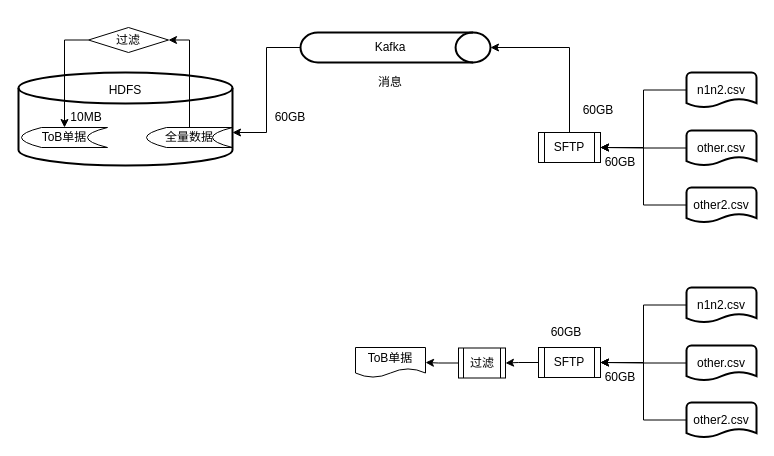
This is 未命名绘图.drawio from wzlichen/graph, a draw.io file, before an edit. Source tidied: cells renumbered, new cells numbered last; positions are measured from the earlier drawing's top-left corner, leaving out a move shared by most shapes. Both pictures are drawn from the tidied source at 100%, with x=0, y=0 at pixel (18, 27).
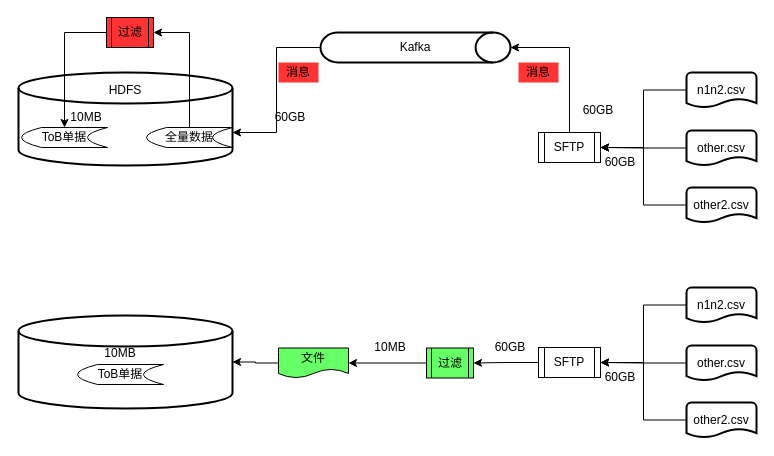
The same page after the edit.

Commit message:
更新未命名绘图.drawio

The edit, as a diff of the source:
```diff
@@
-    <mxCell id="3" style="strokeWidth=2;html=1;shape=mxgraph.flowchart.direct_data;whiteSpace=wrap;" parent="1" vertex="1">
-      <mxGeometry x="282" y="5" width="190" height="30" as="geometry" />
+    <mxCell id="3" value="Kafka" style="strokeWidth=2;html=1;shape=mxgraph.flowchart.direct_data;whiteSpace=wrap;" parent="1" vertex="1">
+      <mxGeometry x="302" y="5" width="190" height="30" as="geometry" />
     </mxCell>
@@
-    <mxCell id="5" value="Kafka" style="text;html=1;strokeColor=none;fillColor=none;align=center;verticalAlign=middle;whiteSpace=wrap;rounded=0;" parent="1" vertex="1">
-      <mxGeometry x="352" y="10" width="40" height="20" as="geometry" />
-    </mxCell>
@@
-    <mxCell id="18" value="过滤" style="rhombus;whiteSpace=wrap;html=1;" parent="1" vertex="1">
-      <mxGeometry x="70" width="80" height="25" as="geometry" />
-    </mxCell>
@@
     <mxCell id="33" value="60GB" style="text;html=1;strokeColor=none;fillColor=none;align=center;verticalAlign=middle;whiteSpace=wrap;rounded=0;" parent="1" vertex="1">
-      <mxGeometry x="528" y="295" width="40" height="20" as="geometry" />
+      <mxGeometry x="472" y="310" width="40" height="20" as="geometry" />
     </mxCell>
@@
-    <mxCell id="35" value="过滤" style="shape=process;whiteSpace=wrap;html=1;backgroundOutline=1;" parent="1" vertex="1">
-      <mxGeometry x="440" y="320.5" width="47" height="30" as="geometry" />
+    <mxCell id="35" value="过滤" style="shape=process;whiteSpace=wrap;html=1;backgroundOutline=1;fillColor=#66FF66;" parent="1" vertex="1">
+      <mxGeometry x="408" y="320.5" width="47" height="30" as="geometry" />
     </mxCell>
-    <mxCell id="36" value="消息" style="text;html=1;strokeColor=none;fillColor=none;align=center;verticalAlign=middle;whiteSpace=wrap;rounded=0;" parent="1" vertex="1">
-      <mxGeometry x="352" y="45" width="40" height="20" as="geometry" />
+    <mxCell id="36" value="消息" style="text;html=1;strokeColor=none;fillColor=#FF3333;align=center;verticalAlign=middle;whiteSpace=wrap;rounded=0;" parent="1" vertex="1">
+      <mxGeometry x="500" y="35" width="40" height="20" as="geometry" />
     </mxCell>
+    <mxCell id="38" style="edgeStyle=orthogonalEdgeStyle;rounded=0;jettySize=auto;html=1;" parent="1" edge="1" source="37" target="39">
+      <mxGeometry relative="1" as="geometry" />
+    </mxCell>
-    <mxCell id="37" value="ToB单据" style="shape=document;whiteSpace=wrap;html=1;boundedLbl=1;" parent="1" vertex="1">
-      <mxGeometry x="337" y="320" width="70" height="30" as="geometry" />
+    <mxCell id="37" value="文件" style="shape=document;whiteSpace=wrap;html=1;boundedLbl=1;fillColor=#66FF66;" parent="1" vertex="1">
+      <mxGeometry x="260" y="320.5" width="70" height="30" as="geometry" />
     </mxCell>
+    <mxCell id="39" style="strokeWidth=2;html=1;shape=mxgraph.flowchart.database;whiteSpace=wrap;" parent="1" vertex="1">
+      <mxGeometry y="288" width="214" height="93" as="geometry" />
+    </mxCell>
+    <mxCell id="40" value="ToB单据" style="shape=dataStorage;whiteSpace=wrap;html=1;fixedSize=1;" parent="1" vertex="1">
+      <mxGeometry x="59" y="337" width="86" height="20" as="geometry" />
+    </mxCell>
+    <mxCell id="41" value="10MB" style="text;html=1;strokeColor=none;fillColor=none;align=center;verticalAlign=middle;whiteSpace=wrap;rounded=0;" parent="1" vertex="1">
+      <mxGeometry x="82" y="316" width="40" height="20" as="geometry" />
+    </mxCell>
+    <mxCell id="42" value="10MB" style="text;html=1;strokeColor=none;fillColor=none;align=center;verticalAlign=middle;whiteSpace=wrap;rounded=0;" parent="1" vertex="1">
+      <mxGeometry x="352" y="310" width="40" height="20" as="geometry" />
+    </mxCell>
+    <mxCell id="18" value="过滤" style="shape=process;whiteSpace=wrap;html=1;backgroundOutline=1;fillColor=#FF3333;" parent="1" vertex="1">
+      <mxGeometry x="88" y="-10" width="47" height="30" as="geometry" />
+    </mxCell>
+    <mxCell id="43" value="消息" style="text;html=1;strokeColor=none;fillColor=#FF3333;align=center;verticalAlign=middle;whiteSpace=wrap;rounded=0;" parent="1" vertex="1">
+      <mxGeometry x="260" y="35" width="40" height="20" as="geometry" />
+    </mxCell>
```
